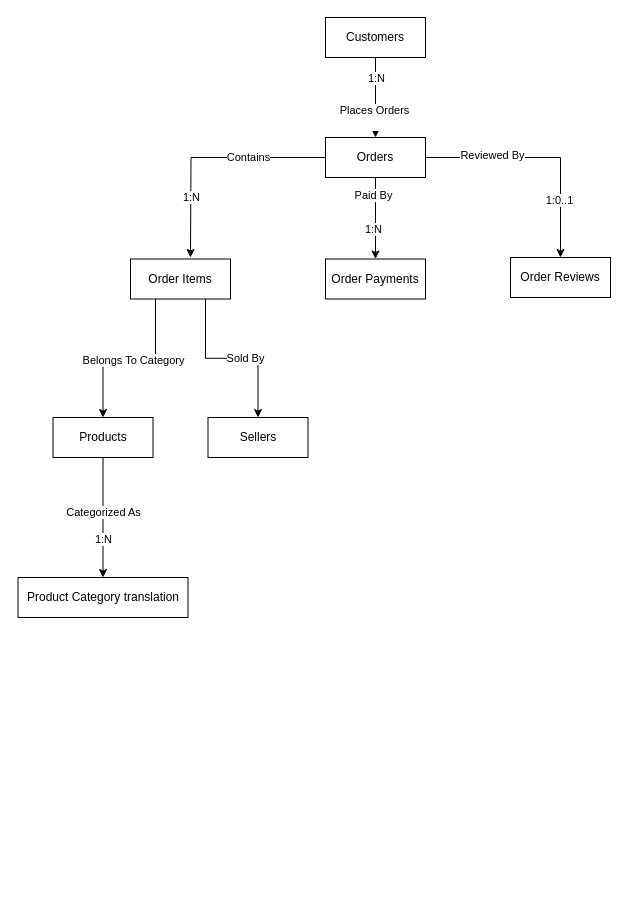
The draw.io diagram docs/diagrams/conceptual-erd.drawio in neeleshksingh/Ecommerce-Sales-Analytics, before the edit. Source tidied: cells renumbered, new cells numbered last; positions are measured from the earlier drawing's top-left corner, leaving out a move shared by most shapes. Both pictures are drawn from the tidied source at 100%, with x=0, y=0 at pixel (18, 17).
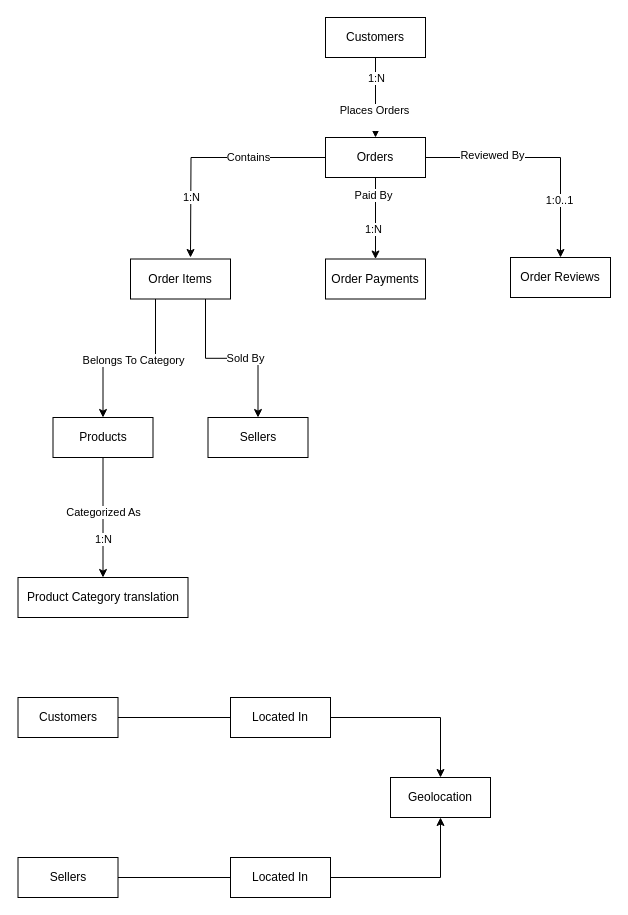
After the change.

Commit message (it also covers changes not shown here):
Document geolocation model and ERD updates

What changed in the source:
```diff
@@
+    <mxCell id="29" style="edgeStyle=orthogonalEdgeStyle;rounded=0;jettySize=auto;html=1;exitX=1;exitY=0.5;exitDx=0;exitDy=0;entryX=0.5;entryY=0;entryDx=0;entryDy=0;" parent="1" edge="1" source="30" target="32">
+      <mxGeometry relative="1" as="geometry" />
+    </mxCell>
+    <mxCell id="30" value="Customers" style="whiteSpace=wrap;html=1;align=center;" parent="1" vertex="1">
+      <mxGeometry x="-0.5" y="680" width="100" height="40" as="geometry" />
+    </mxCell>
+    <mxCell id="31" value="Located In" style="whiteSpace=wrap;html=1;align=center;" parent="1" vertex="1">
+      <mxGeometry x="212" y="680" width="100" height="40" as="geometry" />
+    </mxCell>
+    <mxCell id="32" value="Geolocation" style="whiteSpace=wrap;html=1;align=center;" parent="1" vertex="1">
+      <mxGeometry x="372" y="760" width="100" height="40" as="geometry" />
+    </mxCell>
+    <mxCell id="33" style="edgeStyle=orthogonalEdgeStyle;rounded=0;jettySize=auto;html=1;exitX=1;exitY=0.5;exitDx=0;exitDy=0;entryX=0.5;entryY=1;entryDx=0;entryDy=0;" parent="1" edge="1" source="34" target="32">
+      <mxGeometry relative="1" as="geometry" />
+    </mxCell>
+    <mxCell id="34" value="Sellers" style="whiteSpace=wrap;html=1;align=center;" parent="1" vertex="1">
+      <mxGeometry x="-0.5" y="840" width="100" height="40" as="geometry" />
+    </mxCell>
+    <mxCell id="35" value="Located In" style="whiteSpace=wrap;html=1;align=center;" parent="1" vertex="1">
+      <mxGeometry x="212" y="840" width="100" height="40" as="geometry" />
+    </mxCell>
```
